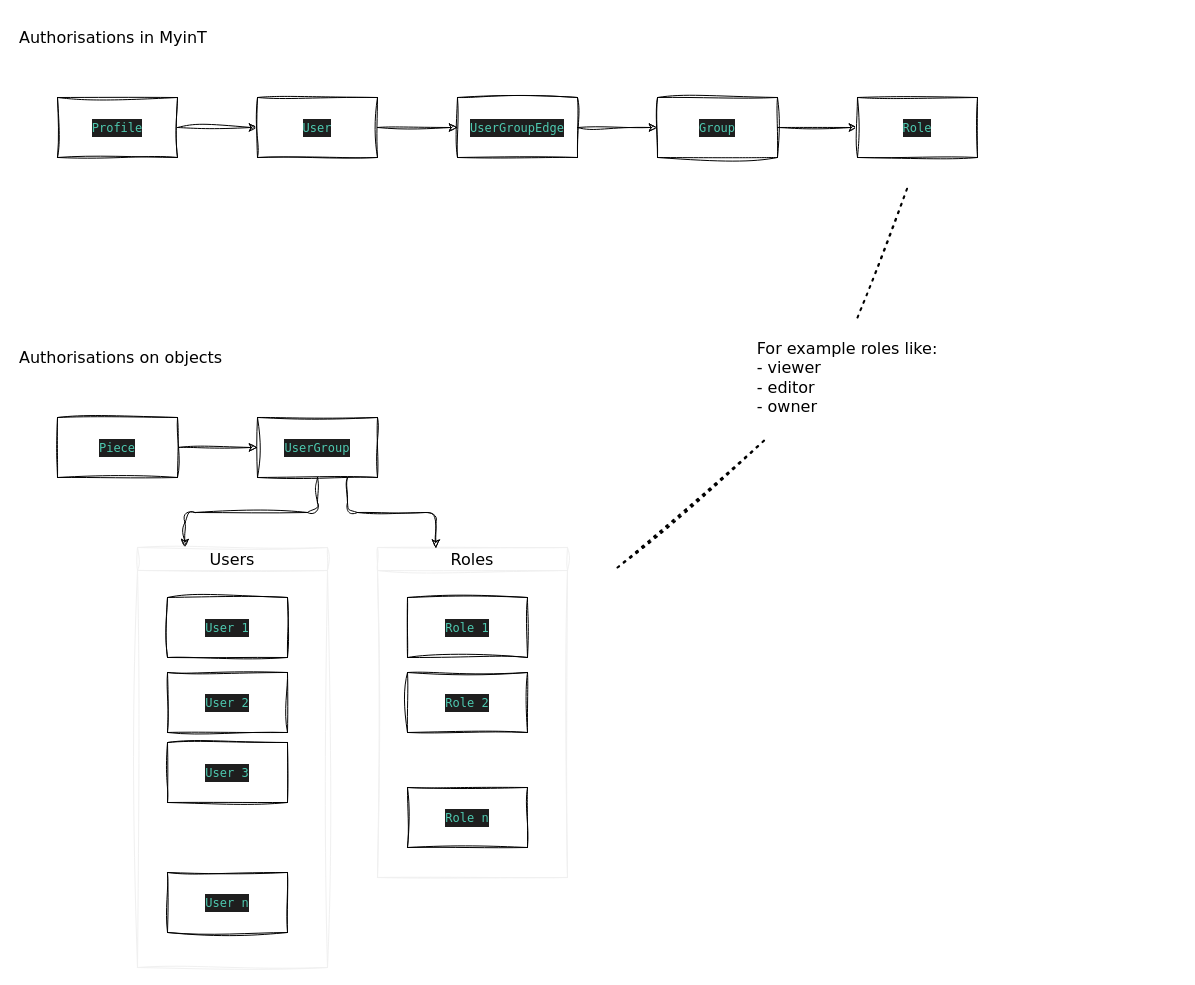
Above: page "User-group-role" (2 of 2) of model/users/users.drawio in tealacademy/myint-graphql-api (draw.io), before the change. Source tidied: cells renumbered, new cells numbered last; positions are measured from the earlier drawing's top-left corner, leaving out a move shared by most shapes. Both pictures are drawn from the tidied source at 100%, with x=0, y=0 at pixel (17, 17).
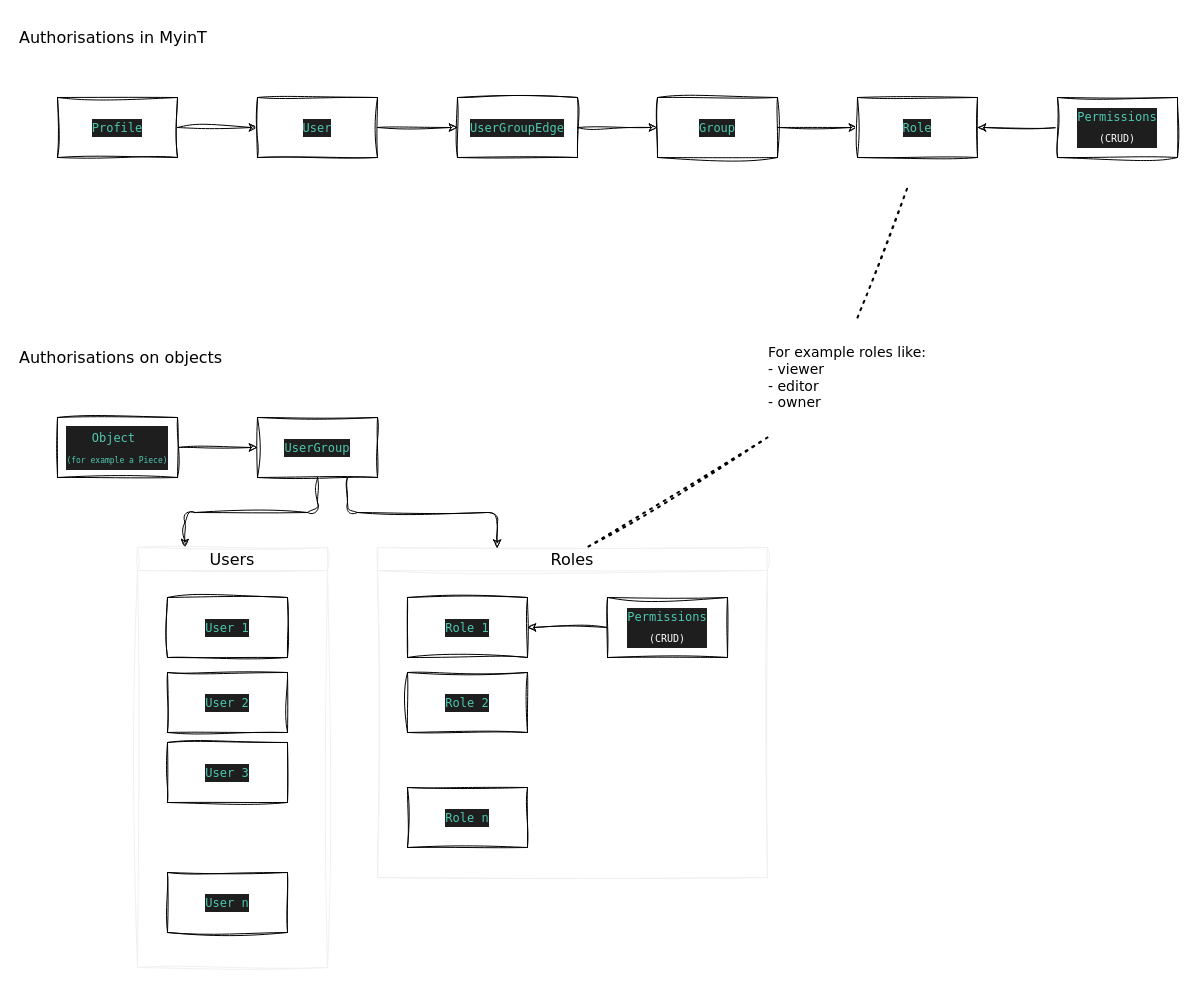
The same page after the edit.

The change refers to these unchanged cells:
```xml
<mxCell id="10" value="&lt;div style=&quot;color: rgb(212, 212, 212); background-color: rgb(30, 30, 30); font-family: Menlo, Monaco, &amp;quot;Courier New&amp;quot;, monospace; font-size: 12px; line-height: 18px;&quot;&gt;&lt;span style=&quot;color: #4ec9b0;&quot;&gt;Role&lt;/span&gt;&lt;/div&gt;" style="rounded=0;whiteSpace=wrap;html=1;sketch=1;hachureGap=4;jiggle=2;curveFitting=1;fontFamily=Architects Daughter;fontSize=20;" parent="1" vertex="1">
  <mxGeometry x="840" y="80" width="120" height="60" as="geometry" />
</mxCell>
<mxCell id="23" value="&lt;div style=&quot;background-color: rgb(30, 30, 30); font-family: Menlo, Monaco, &amp;quot;Courier New&amp;quot;, monospace; font-size: 12px; line-height: 18px;&quot;&gt;&lt;font color=&quot;#4ec9b0&quot;&gt;Role 1&lt;/font&gt;&lt;/div&gt;" style="rounded=0;whiteSpace=wrap;html=1;sketch=1;hachureGap=4;jiggle=2;curveFitting=1;fontFamily=Architects Daughter;fontSize=20;" parent="22" vertex="1">
  <mxGeometry x="30" y="50" width="120" height="60" as="geometry" />
</mxCell>
```

The edit, as a diff of the source:
```diff
@@
-    <mxCell id="14" value="&lt;div style=&quot;background-color: rgb(30, 30, 30); font-family: Menlo, Monaco, &amp;quot;Courier New&amp;quot;, monospace; font-size: 12px; line-height: 18px;&quot;&gt;&lt;font color=&quot;#4ec9b0&quot;&gt;Piece&lt;/font&gt;&lt;/div&gt;" style="rounded=0;whiteSpace=wrap;html=1;sketch=1;hachureGap=4;jiggle=2;curveFitting=1;fontFamily=Architects Daughter;fontSize=20;" parent="1" vertex="1">
+    <mxCell id="14" value="&lt;div style=&quot;background-color: rgb(30, 30, 30); font-family: Menlo, Monaco, &amp;quot;Courier New&amp;quot;, monospace; line-height: 18px;&quot;&gt;&lt;font style=&quot;&quot; color=&quot;#4ec9b0&quot;&gt;&lt;span style=&quot;font-size: 12px;&quot;&gt;Object&amp;nbsp;&lt;/span&gt;&lt;/font&gt;&lt;/div&gt;&lt;div style=&quot;background-color: rgb(30, 30, 30); font-family: Menlo, Monaco, &amp;quot;Courier New&amp;quot;, monospace; line-height: 18px;&quot;&gt;&lt;font style=&quot;&quot; color=&quot;#4ec9b0&quot;&gt;&lt;font style=&quot;font-size: 8px;&quot;&gt;(for example a Piece)&lt;/font&gt;&lt;/font&gt;&lt;/div&gt;" style="rounded=0;whiteSpace=wrap;html=1;sketch=1;hachureGap=4;jiggle=2;curveFitting=1;fontFamily=Architects Daughter;fontSize=20;" parent="1" vertex="1">
       <mxGeometry x="40" y="400" width="120" height="60" as="geometry" />
     </mxCell>
@@
     <mxCell id="22" value="&lt;span style=&quot;font-weight: normal;&quot;&gt;Roles&lt;/span&gt;" style="swimlane;whiteSpace=wrap;html=1;sketch=1;hachureGap=4;jiggle=2;curveFitting=1;strokeColor=#F0F0F0;fontFamily=Verdana;fontSize=16;" parent="1" vertex="1">
-      <mxGeometry x="360" y="530" width="190" height="330" as="geometry" />
+      <mxGeometry x="360" y="530" width="390" height="330" as="geometry" />
     </mxCell>
+    <mxCell id="30" style="edgeStyle=none;sketch=1;hachureGap=4;jiggle=2;curveFitting=1;html=1;fontFamily=Architects Daughter;fontSize=16;entryX=1;entryY=0.5;entryDx=0;entryDy=0;exitX=0;exitY=0.5;exitDx=0;exitDy=0;" parent="22" edge="1" source="31" target="23">
+      <mxGeometry relative="1" as="geometry" />
+    </mxCell>
@@
+    <mxCell id="31" value="&lt;div style=&quot;background-color: rgb(30, 30, 30); font-family: Menlo, Monaco, &amp;quot;Courier New&amp;quot;, monospace; font-size: 12px; line-height: 18px;&quot;&gt;&lt;font color=&quot;#4ec9b0&quot;&gt;Permissions&lt;/font&gt;&lt;/div&gt;&lt;div style=&quot;background-color: rgb(30, 30, 30); font-family: Menlo, Monaco, &amp;quot;Courier New&amp;quot;, monospace; line-height: 18px;&quot;&gt;&lt;font style=&quot;font-size: 10px;&quot; color=&quot;#ffffff&quot;&gt;(CRUD)&lt;/font&gt;&lt;/div&gt;" style="rounded=0;whiteSpace=wrap;html=1;sketch=1;hachureGap=4;jiggle=2;curveFitting=1;fontFamily=Architects Daughter;fontSize=20;" parent="22" vertex="1">
+      <mxGeometry x="230" y="50" width="120" height="60" as="geometry" />
+    </mxCell>
@@
-    <mxCell id="27" value="&lt;div style=&quot;text-align: left;&quot;&gt;&lt;span style=&quot;background-color: initial;&quot;&gt;For example roles like:&lt;/span&gt;&lt;/div&gt;&lt;div style=&quot;text-align: left;&quot;&gt;&lt;span style=&quot;background-color: initial;&quot;&gt;- viewer&lt;/span&gt;&lt;/div&gt;&lt;div style=&quot;text-align: left;&quot;&gt;&lt;span style=&quot;background-color: initial;&quot;&gt;- editor&lt;/span&gt;&lt;/div&gt;&lt;div style=&quot;text-align: left;&quot;&gt;&lt;span style=&quot;background-color: initial;&quot;&gt;- owner&lt;/span&gt;&lt;/div&gt;" style="text;html=1;strokeColor=none;fillColor=none;align=center;verticalAlign=middle;whiteSpace=wrap;rounded=0;sketch=1;hachureGap=4;jiggle=2;curveFitting=1;fontFamily=Verdana;fontSize=16;" parent="1" vertex="1">
+    <mxCell id="27" value="&lt;div style=&quot;text-align: left; font-size: 14px;&quot;&gt;&lt;span style=&quot;background-color: initial; font-size: 14px;&quot;&gt;For example roles like:&lt;/span&gt;&lt;/div&gt;&lt;div style=&quot;text-align: left; font-size: 14px;&quot;&gt;&lt;span style=&quot;background-color: initial; font-size: 14px;&quot;&gt;- viewer&lt;/span&gt;&lt;/div&gt;&lt;div style=&quot;text-align: left; font-size: 14px;&quot;&gt;&lt;span style=&quot;background-color: initial; font-size: 14px;&quot;&gt;- editor&lt;/span&gt;&lt;/div&gt;&lt;div style=&quot;text-align: left; font-size: 14px;&quot;&gt;&lt;span style=&quot;background-color: initial; font-size: 14px;&quot;&gt;- owner&lt;/span&gt;&lt;/div&gt;" style="text;html=1;strokeColor=none;fillColor=none;align=center;verticalAlign=middle;whiteSpace=wrap;rounded=0;sketch=1;hachureGap=4;jiggle=2;curveFitting=1;fontFamily=Verdana;fontSize=14;" parent="1" vertex="1">
       <mxGeometry x="730" y="310" width="200" height="100" as="geometry" />
     </mxCell>
@@
-    <mxCell id="29" style="endArrow=none;dashed=1;html=1;dashPattern=1 3;strokeWidth=2;sketch=1;hachureGap=4;jiggle=2;curveFitting=1;fontFamily=Verdana;fontSize=16;" parent="1" edge="1">
+    <mxCell id="29" style="endArrow=none;dashed=1;html=1;dashPattern=1 3;strokeWidth=2;sketch=1;hachureGap=4;jiggle=2;curveFitting=1;fontFamily=Verdana;fontSize=16;exitX=0.541;exitY=-0.003;exitDx=0;exitDy=0;exitPerimeter=0;" parent="1" edge="1" source="22">
       <mxGeometry relative="1" as="geometry">
-        <mxPoint x="600" y="550" as="sourcePoint" />
         <mxPoint x="750" y="420" as="targetPoint" />
       </mxGeometry>
     </mxCell>
+    <mxCell id="32" style="edgeStyle=none;sketch=1;hachureGap=4;jiggle=2;curveFitting=1;html=1;fontFamily=Architects Daughter;fontSize=16;entryX=1;entryY=0.5;entryDx=0;entryDy=0;exitX=0;exitY=0.5;exitDx=0;exitDy=0;" parent="1" edge="1" source="33" target="10">
+      <mxGeometry relative="1" as="geometry" />
+    </mxCell>
+    <mxCell id="33" value="&lt;div style=&quot;background-color: rgb(30, 30, 30); font-family: Menlo, Monaco, &amp;quot;Courier New&amp;quot;, monospace; font-size: 12px; line-height: 18px;&quot;&gt;&lt;font color=&quot;#4ec9b0&quot;&gt;Permissions&lt;/font&gt;&lt;/div&gt;&lt;div style=&quot;background-color: rgb(30, 30, 30); font-family: Menlo, Monaco, &amp;quot;Courier New&amp;quot;, monospace; line-height: 18px;&quot;&gt;&lt;font style=&quot;font-size: 10px;&quot; color=&quot;#ffffff&quot;&gt;(CRUD)&lt;/font&gt;&lt;/div&gt;" style="rounded=0;whiteSpace=wrap;html=1;sketch=1;hachureGap=4;jiggle=2;curveFitting=1;fontFamily=Architects Daughter;fontSize=20;" parent="1" vertex="1">
+      <mxGeometry x="1040" y="80" width="120" height="60" as="geometry" />
+    </mxCell>
```
